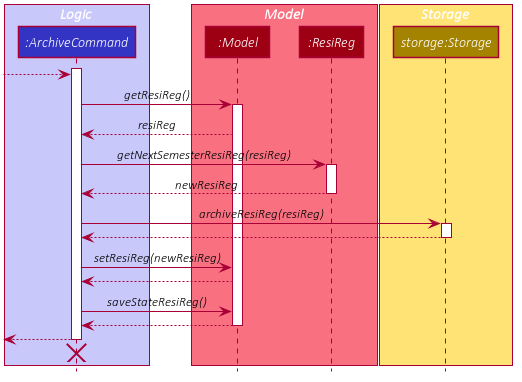
The PlantUML diagram docs/images/ArchiveSemesterSequenceDiagram.png in nus-cs2103-AY2021S1/tp, before a commit.
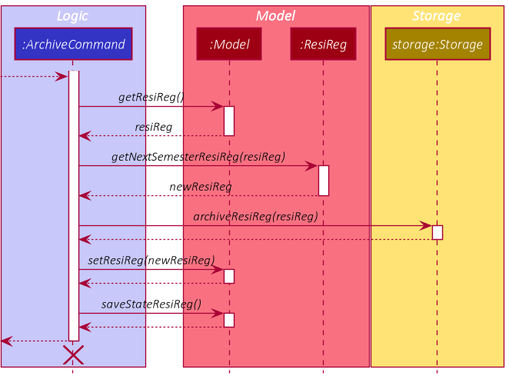
After the commit.

What changed in the source:
```diff
@@ -1,64 +1,19 @@
 @startuml
+!include style.puml
 
+scale 1.3
 
-
-
-
-
-
-
-skinparam BackgroundColor #FFFFFFF
-
-skinparam Shadowing false
-
-skinparam Class {
-    FontColor #FFFFFF
-    BorderThickness 1
-    BorderColor #FFFFFF
-    StereotypeFontColor #FFFFFF
-    FontName Arial
-}
-
-skinparam Actor {
-    BorderColor #000000
-    Color #000000
-    FontName Arial
-}
-
-skinparam Sequence {
-    MessageAlign center
-    BoxFontSize 15
-    BoxPadding 0
-    BoxFontColor #FFFFFF
-    FontName Arial
-}
-
-skinparam Participant {
-    FontColor #FFFFFFF
-    Padding 20
-}
-
-skinparam MinClassWidth 50
-skinparam ParticipantPadding 10
-skinparam Shadowing false
-skinparam DefaultTextAlignment center
-skinparam packageStyle Rectangle
-
-hide footbox
-hide members
-hide circle
-
-box Logic #C8C8FA
-participant ":ArchiveCommand" as ArchiveCommand #3333C4
+box Logic LOGIC_COLOR_T1
+participant ":ArchiveCommand" as ArchiveCommand LOGIC_COLOR
 end box
 
-box Model #F97181
-participant ":Model" as Model #9D0012
-participant ":ResiReg" as ResiReg #9D0012
+box Model MODEL_COLOR_T1
+participant ":Model" as Model MODEL_COLOR
+participant ":ResiReg" as ResiReg MODEL_COLOR
 end box
 
-box Storage #FFE374
-participant "storage:Storage" as Storage #A38300
+box Storage STORAGE_COLOR_T1
+participant "storage:Storage" as Storage STORAGE_COLOR
 end box
 
 activate ArchiveCommand
@@ -69,11 +24,10 @@
 activate Model
 
 Model --> ArchiveCommand : resiReg
+deactivate Model
 
 ArchiveCommand -> ResiReg : getNextSemesterResiReg(resiReg)
 activate ResiReg
-
-
 
 ResiReg --> ArchiveCommand : newResiReg
 deactivate ResiReg
@@ -85,8 +39,11 @@
 deactivate Storage
 
 ArchiveCommand -> Model : setResiReg(newResiReg)
+activate Model
 Model --> ArchiveCommand
+deactivate Model
 ArchiveCommand -> Model : saveStateResiReg()
+activate Model
 Model --> ArchiveCommand
 deactivate Model
 
```
